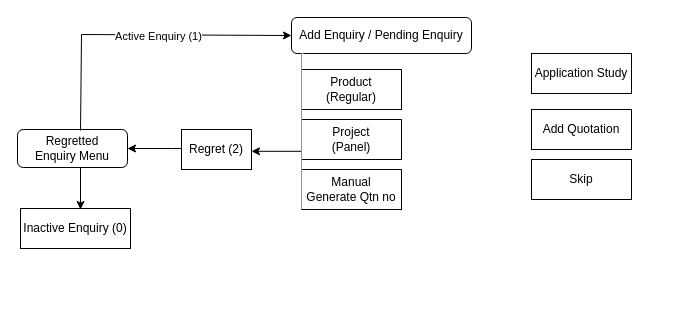
Sathyapriya30/MERN_CRUD_BACKEND keeps this draw.io diagram as page "Add Enquiry / Pending Enquiry" (9 of 9) of ERP_FLOW.drawio. Above is the earlier version. Source tidied: cells renumbered, new cells numbered last; positions are measured from the earlier drawing's top-left corner, leaving out a move shared by most shapes. Both pictures are drawn from the tidied source at 100%, with x=0, y=0 at pixel (17, 17).
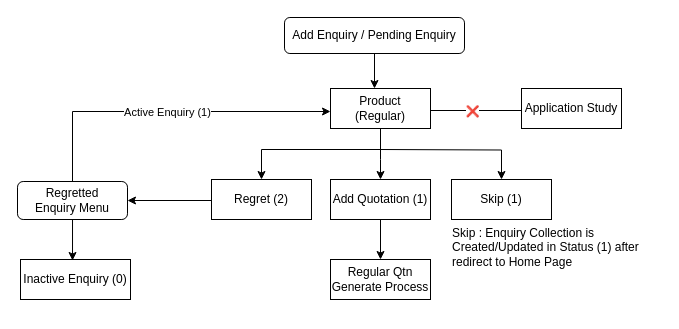
Above is the later version.

Diff of the diagram source:
```diff
@@
     <mxCell id="2" value="Add Enquiry / Pending Enquiry" style="rounded=1;whiteSpace=wrap;html=1;" parent="1" vertex="1">
-      <mxGeometry x="274" width="180" height="36" as="geometry" />
+      <mxGeometry x="267" width="180" height="36" as="geometry" />
     </mxCell>
+    <mxCell id="18" style="edgeStyle=orthogonalEdgeStyle;rounded=0;jettySize=auto;html=1;" parent="1" edge="1" source="3">
+      <mxGeometry relative="1" as="geometry">
+        <mxPoint x="363" y="162" as="targetPoint" />
+        <Array as="points">
+          <mxPoint x="363" y="142" />
+          <mxPoint x="363" y="142" />
+        </Array>
+      </mxGeometry>
+    </mxCell>
+    <mxCell id="19" style="edgeStyle=orthogonalEdgeStyle;rounded=0;jettySize=auto;html=1;entryX=0.5;entryY=0;entryDx=0;entryDy=0;" parent="1" edge="1" source="3" target="10">
+      <mxGeometry relative="1" as="geometry">
+        <Array as="points">
+          <mxPoint x="363" y="132" />
+          <mxPoint x="244" y="132" />
+        </Array>
+      </mxGeometry>
+    </mxCell>
+    <mxCell id="20" style="edgeStyle=orthogonalEdgeStyle;rounded=0;jettySize=auto;html=1;" parent="1" edge="1" target="28">
+      <mxGeometry relative="1" as="geometry">
+        <mxPoint x="363" y="132" as="sourcePoint" />
+      </mxGeometry>
+    </mxCell>
     <mxCell id="3" value="Product&lt;br&gt;(Regular)" style="rounded=0;whiteSpace=wrap;html=1;" parent="1" vertex="1">
-      <mxGeometry x="284" y="52" width="100" height="40" as="geometry" />
+      <mxGeometry x="313" y="71" width="100" height="40" as="geometry" />
     </mxCell>
-    <mxCell id="4" value="Project&lt;br&gt;&lt;div&gt;(Panel)&lt;/div&gt;" style="rounded=0;whiteSpace=wrap;html=1;" parent="1" vertex="1">
-      <mxGeometry x="284" y="102" width="100" height="40" as="geometry" />
-    </mxCell>
-    <mxCell id="5" style="edgeStyle=orthogonalEdgeStyle;rounded=0;orthogonalLoop=1;jettySize=auto;html=1;entryX=1;entryY=0.75;entryDx=0;entryDy=0;" parent="1" edge="1">
-      <mxGeometry relative="1" as="geometry">
-        <mxPoint x="284" y="132" as="sourcePoint" />
-        <mxPoint x="234" y="133.8" as="targetPoint" />
-        <Array as="points">
-          <mxPoint x="284" y="134" />
-        </Array>
-      </mxGeometry>
-    </mxCell>
-    <mxCell id="6" value="Manual&lt;br&gt;Generate Qtn no" style="rounded=0;whiteSpace=wrap;html=1;" parent="1" vertex="1">
-      <mxGeometry x="284" y="152" width="100" height="40" as="geometry" />
-    </mxCell>
+    <mxCell id="21" style="edgeStyle=orthogonalEdgeStyle;rounded=0;jettySize=auto;html=1;entryX=0.5;entryY=0;entryDx=0;entryDy=0;" parent="1" edge="1" source="7" target="29">
+      <mxGeometry relative="1" as="geometry" />
+    </mxCell>
-    <mxCell id="7" value="Add Quotation" style="rounded=0;whiteSpace=wrap;html=1;" parent="1" vertex="1">
-      <mxGeometry x="514" y="92" width="100" height="40" as="geometry" />
+    <mxCell id="7" value="Add Quotation (1)" style="rounded=0;whiteSpace=wrap;html=1;" parent="1" vertex="1">
+      <mxGeometry x="313" y="162" width="100" height="40" as="geometry" />
     </mxCell>
-    <mxCell id="8" value="Skip" style="rounded=0;whiteSpace=wrap;html=1;" parent="1" vertex="1">
-      <mxGeometry x="514" y="142" width="100" height="40" as="geometry" />
-    </mxCell>
-    <mxCell id="9" style="edgeStyle=orthogonalEdgeStyle;rounded=0;jettySize=auto;html=1;entryX=1;entryY=0.5;entryDx=0;entryDy=0;" parent="1" edge="1" source="10" target="13">
-      <mxGeometry relative="1" as="geometry">
-        <Array as="points">
-          <mxPoint x="154" y="131" />
-          <mxPoint x="154" y="131" />
-        </Array>
-      </mxGeometry>
-    </mxCell>
+    <mxCell id="11" value="Inactive Enquiry (0)" style="rounded=0;whiteSpace=wrap;html=1;" parent="1" vertex="1">
+      <mxGeometry x="3" y="242" width="110" height="40" as="geometry" />
+    </mxCell>
+    <mxCell id="22" style="edgeStyle=orthogonalEdgeStyle;rounded=0;jettySize=auto;html=1;entryX=0.473;entryY=0.025;entryDx=0;entryDy=0;entryPerimeter=0;" parent="1" edge="1" source="13" target="11">
+      <mxGeometry relative="1" as="geometry" />
+    </mxCell>
+    <mxCell id="13" value="Regretted Enquiry&amp;nbsp;Menu" style="rounded=1;whiteSpace=wrap;html=1;" parent="1" vertex="1">
+      <mxGeometry y="164" width="110" height="38" as="geometry" />
+    </mxCell>
+    <mxCell id="17" value="Application Study" style="rounded=0;whiteSpace=wrap;html=1;" parent="1" vertex="1">
+      <mxGeometry x="504" y="71" width="100" height="40" as="geometry" />
+    </mxCell>
+    <mxCell id="23" style="edgeStyle=orthogonalEdgeStyle;rounded=0;jettySize=auto;html=1;entryX=0.44;entryY=0;entryDx=0;entryDy=0;entryPerimeter=0;" parent="1" edge="1" source="2" target="3">
+      <mxGeometry relative="1" as="geometry" />
+    </mxCell>
+    <mxCell id="24" style="endArrow=none;html=1;rounded=0;entryX=0;entryY=0.5;entryDx=0;entryDy=0;exitX=1;exitY=0.5;exitDx=0;exitDy=0;endFill=0;" parent="1" edge="1">
+      <mxGeometry relative="1" as="geometry">
+        <mxPoint x="413" y="93" as="sourcePoint" />
+        <mxPoint x="504" y="93" as="targetPoint" />
+      </mxGeometry>
+    </mxCell>
+    <mxCell id="25" value="❌" style="edgeLabel;html=1;align=center;verticalAlign=middle;" parent="24" vertex="1">
+      <mxGeometry relative="1" as="geometry">
+        <mxPoint x="-5" as="offset" />
+      </mxGeometry>
+    </mxCell>
+    <mxCell id="26" style="endArrow=classic;html=1;rounded=0;exitX=0.5;exitY=0;exitDx=0;exitDy=0;" parent="1" edge="1" source="13">
+      <mxGeometry relative="1" as="geometry">
+        <mxPoint x="313" y="94" as="targetPoint" />
+        <Array as="points">
+          <mxPoint x="55" y="94" />
+        </Array>
+      </mxGeometry>
+    </mxCell>
+    <mxCell id="15" value="Active Enquiry (1)" style="edgeLabel;html=1;align=center;verticalAlign=middle;" parent="26" vertex="1">
+      <mxGeometry relative="1" as="geometry" />
+    </mxCell>
+    <mxCell id="27" style="edgeStyle=orthogonalEdgeStyle;rounded=0;orthogonalLoop=1;jettySize=auto;html=1;entryX=1;entryY=0.5;entryDx=0;entryDy=0;" parent="1" edge="1">
+      <mxGeometry relative="1" as="geometry">
+        <mxPoint x="194" y="183" as="sourcePoint" />
+        <mxPoint x="110" y="183" as="targetPoint" />
+        <Array as="points">
+          <mxPoint x="194" y="183" />
+          <mxPoint x="194" y="183" />
+        </Array>
+      </mxGeometry>
+    </mxCell>
     <mxCell id="10" value="Regret (2)" style="rounded=0;whiteSpace=wrap;html=1;" parent="1" vertex="1">
-      <mxGeometry x="164" y="112" width="70" height="40" as="geometry" />
+      <mxGeometry x="194" y="162" width="100" height="40" as="geometry" />
     </mxCell>
-    <mxCell id="11" value="Inactive Enquiry (0)" style="rounded=0;whiteSpace=wrap;html=1;" parent="1" vertex="1">
-      <mxGeometry x="3" y="191" width="110" height="40" as="geometry" />
-    </mxCell>
-    <mxCell id="12" style="edgeStyle=orthogonalEdgeStyle;rounded=0;orthogonalLoop=1;jettySize=auto;html=1;" parent="1" edge="1">
-      <mxGeometry relative="1" as="geometry">
-        <mxPoint x="63" y="150" as="sourcePoint" />
-        <mxPoint x="63" y="192" as="targetPoint" />
-      </mxGeometry>
-    </mxCell>
-    <mxCell id="13" value="Regretted Enquiry&amp;nbsp;Menu" style="rounded=1;whiteSpace=wrap;html=1;" parent="1" vertex="1">
-      <mxGeometry y="112" width="110" height="38" as="geometry" />
-    </mxCell>
-    <mxCell id="14" style="endArrow=classic;html=1;rounded=0;entryX=0;entryY=0.5;entryDx=0;entryDy=0;exitX=0.573;exitY=0.026;exitDx=0;exitDy=0;exitPerimeter=0;" parent="1" edge="1" source="13" target="2">
-      <mxGeometry relative="1" as="geometry">
-        <Array as="points">
-          <mxPoint x="64" y="17" />
-        </Array>
-      </mxGeometry>
-    </mxCell>
-    <mxCell id="15" value="Active Enquiry (1)" style="edgeLabel;html=1;align=center;verticalAlign=middle;" parent="14" vertex="1">
-      <mxGeometry relative="1" as="geometry">
-        <mxPoint x="19" y="1" as="offset" />
-      </mxGeometry>
-    </mxCell>
-    <mxCell id="16" style="edgeStyle=orthogonalEdgeStyle;rounded=0;orthogonalLoop=1;jettySize=auto;html=1;endArrow=none;endFill=0;labelBackgroundColor=none;strokeColor=#E07A5F;fontColor=default;fontStyle=1;" parent="1" edge="1">
-      <mxGeometry relative="1" as="geometry">
-        <mxPoint x="286" y="36" as="sourcePoint" />
-        <mxPoint x="284" y="192" as="targetPoint" />
-        <Array as="points">
-          <mxPoint x="284" y="36" />
-        </Array>
-      </mxGeometry>
-    </mxCell>
-    <mxCell id="17" value="Application Study" style="rounded=0;whiteSpace=wrap;html=1;" parent="1" vertex="1">
-      <mxGeometry x="514" y="36" width="100" height="40" as="geometry" />
-    </mxCell>
+    <mxCell id="28" value="Skip (1)" style="rounded=0;whiteSpace=wrap;html=1;" parent="1" vertex="1">
+      <mxGeometry x="434" y="162" width="100" height="40" as="geometry" />
+    </mxCell>
+    <mxCell id="29" value="Regular Qtn Generate Process" style="rounded=0;whiteSpace=wrap;html=1;" parent="1" vertex="1">
+      <mxGeometry x="313" y="242" width="100" height="40" as="geometry" />
+    </mxCell>
+    <mxCell id="30" value="&lt;br&gt;&lt;div&gt;&lt;div align=&quot;left&quot;&gt;&lt;br&gt;&lt;div&gt;Skip : Enquiry Collection is Created/Updated in Status (1) after redirect to Home Page&lt;/div&gt;&lt;div&gt;&lt;br&gt;&lt;/div&gt;&lt;/div&gt;&lt;div&gt;&lt;br&gt;&lt;br&gt;&lt;/div&gt;&lt;/div&gt;" style="text;html=1;whiteSpace=wrap;strokeColor=none;fillColor=none;align=center;verticalAlign=middle;rounded=0;" parent="1" vertex="1">
+      <mxGeometry x="434" y="222" width="210" height="30" as="geometry" />
+    </mxCell>
```
